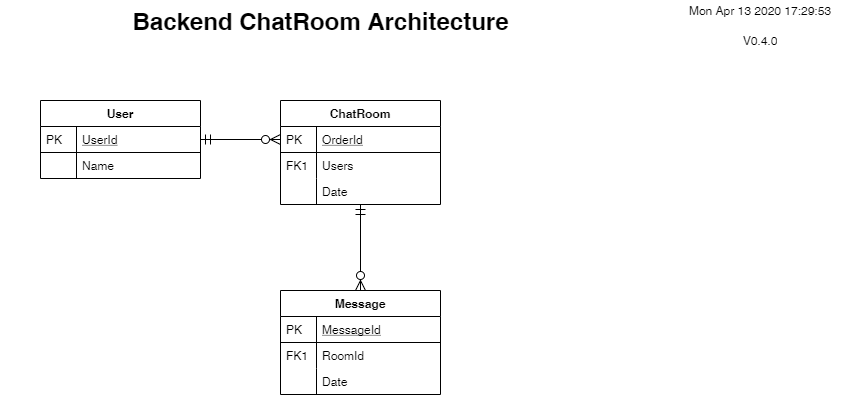
Earlier version of the draw.io export documentation/architecture/Telemed ChatRoom solution.png (TelemedDevGroup/TelemedProtoApp). Source tidied: cells renumbered, new cells last; positions are measured from the earlier drawing's top-left corner, leaving out a move shared by most shapes.
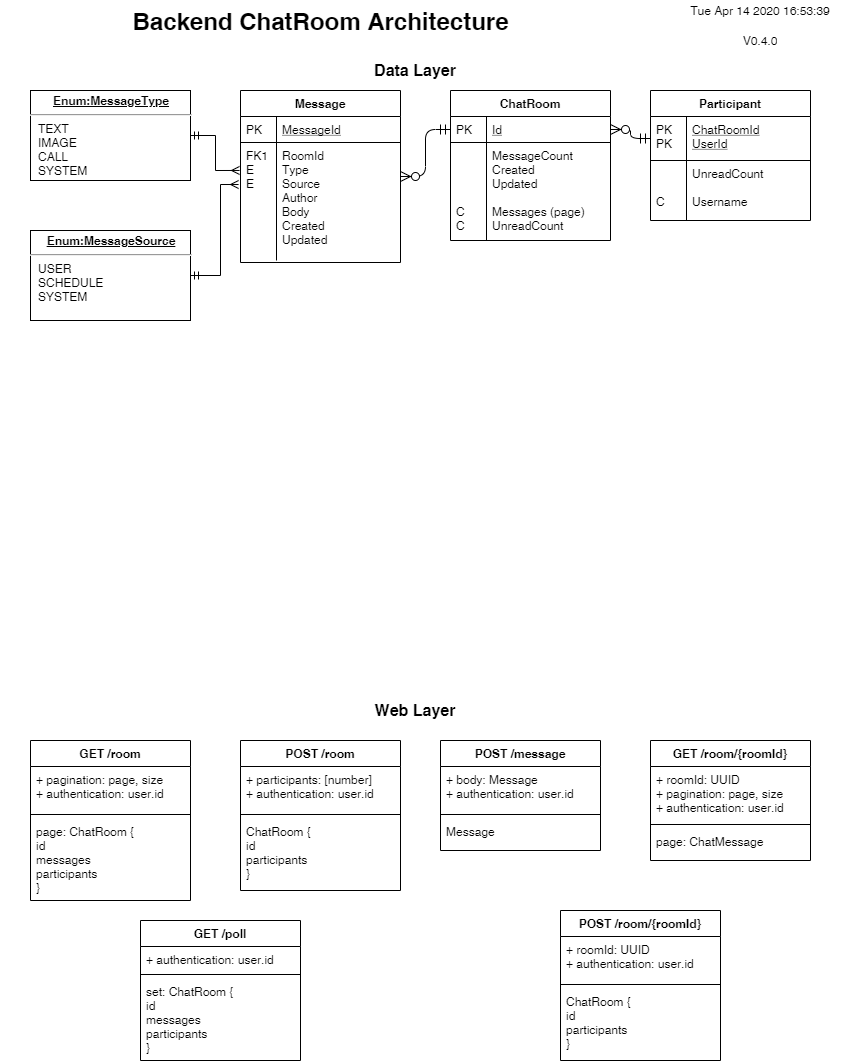
Above is the later version.

Diff of the diagram source:
```diff
@@ -2,81 +2,164 @@
   <root>
     <mxCell id="0" />
     <mxCell id="1" parent="0" />
+    <mxCell id="14" style="edgeStyle=orthogonalEdgeStyle;endArrow=ERzeroToMany;startArrow=ERmandOne;shadow=0;strokeWidth=1;endSize=8;startSize=8;" parent="1" edge="1" source="3" target="8">
+      <mxGeometry relative="1" as="geometry" />
+    </mxCell>
+    <mxCell id="22" style="edgeStyle=orthogonalEdgeStyle;endArrow=ERzeroToMany;startArrow=ERmandOne;shadow=0;strokeWidth=1;endSize=8;startSize=8;exitX=0;exitY=0.5;exitDx=0;exitDy=0;" parent="1" edge="1" source="8" target="15">
+      <mxGeometry relative="1" as="geometry" />
+    </mxCell>
+    <mxCell id="23" value="Backend ChatRoom Architecture" style="text;strokeColor=none;fillColor=none;html=1;fontSize=24;fontStyle=1;verticalAlign=middle;align=center;" parent="1" vertex="1">
+      <mxGeometry width="640" height="40" as="geometry" />
+    </mxCell>
+    <object id="24" label="%date{ddd mmm dd yyyy HH:MM:ss}%" placeholders="1">
+      <mxCell style="text;html=1;strokeColor=none;fillColor=none;align=center;verticalAlign=middle;whiteSpace=wrap;overflow=hidden;" parent="1" vertex="1">
+        <mxGeometry x="680" width="160" height="20" as="geometry" />
+      </mxCell>
+    </object>
+    <object id="25" label="V0.4.0" name="Variable" placeholders="1">
+      <mxCell style="text;html=1;strokeColor=none;fillColor=none;align=center;verticalAlign=middle;whiteSpace=wrap;overflow=hidden;" parent="1" vertex="1">
+        <mxGeometry x="720" y="30" width="80" height="20" as="geometry" />
+      </mxCell>
+    </object>
+    <mxCell id="26" value="&lt;p style=&quot;margin: 0px ; margin-top: 4px ; text-align: center ; text-decoration: underline&quot;&gt;&lt;b&gt;Enum:MessageType&lt;/b&gt;&lt;/p&gt;&lt;hr&gt;&lt;p style=&quot;margin: 0px ; margin-left: 8px&quot;&gt;TEXT&lt;br&gt;IMAGE&lt;br&gt;CALL&lt;br&gt;SYSTEM&lt;/p&gt;" style="verticalAlign=top;align=left;overflow=fill;fontSize=12;fontFamily=Helvetica;html=1;fillColor=none;" parent="1" vertex="1">
+      <mxGeometry x="30" y="90" width="160" height="90" as="geometry" />
+    </mxCell>
+    <mxCell id="27" value="&lt;p style=&quot;margin: 0px ; margin-top: 4px ; text-align: center ; text-decoration: underline&quot;&gt;&lt;b&gt;Enum:MessageSource&lt;/b&gt;&lt;/p&gt;&lt;hr&gt;&lt;p style=&quot;margin: 0px ; margin-left: 8px&quot;&gt;USER&lt;br&gt;SCHEDULE&lt;br&gt;SYSTEM&lt;/p&gt;" style="verticalAlign=top;align=left;overflow=fill;fontSize=12;fontFamily=Helvetica;html=1;fillColor=none;" parent="1" vertex="1">
+      <mxGeometry x="30" y="230" width="160" height="90" as="geometry" />
+    </mxCell>
+    <mxCell id="28" style="edgeStyle=orthogonalEdgeStyle;rounded=0;jettySize=auto;html=1;entryX=1;entryY=0.5;entryDx=0;entryDy=0;endArrow=ERmandOne;endFill=0;exitX=-0.006;exitY=0.237;exitDx=0;exitDy=0;exitPerimeter=0;startArrow=ERmany;startFill=0;" parent="1" edge="1" source="18" target="26">
+      <mxGeometry relative="1" as="geometry" />
+    </mxCell>
+    <mxCell id="29" style="edgeStyle=orthogonalEdgeStyle;rounded=0;jettySize=auto;html=1;exitX=-0.012;exitY=0.356;exitDx=0;exitDy=0;entryX=1;entryY=0.5;entryDx=0;entryDy=0;startArrow=ERmany;startFill=0;endArrow=ERmandOne;endFill=0;exitPerimeter=0;" parent="1" edge="1" source="18" target="27">
+      <mxGeometry relative="1" as="geometry">
+        <Array as="points">
+          <mxPoint x="220" y="184" />
+          <mxPoint x="220" y="275" />
+        </Array>
+      </mxGeometry>
+    </mxCell>
+    <mxCell id="30" value="&lt;b&gt;&lt;font style=&quot;font-size: 16px&quot;&gt;Data Layer&lt;/font&gt;&lt;/b&gt;" style="text;html=1;strokeColor=none;fillColor=none;align=center;verticalAlign=middle;whiteSpace=wrap;rounded=0;" parent="1" vertex="1">
+      <mxGeometry x="270" y="60" width="290" height="20" as="geometry" />
+    </mxCell>
-    <mxCell id="2" value="User" style="swimlane;fontStyle=1;horizontal=1;startSize=26;rounded=0;shadow=0;strokeWidth=1;" parent="1" vertex="1">
-      <mxGeometry x="40" y="100" width="160" height="78" as="geometry" />
+    <mxCell id="2" value="Participant" style="swimlane;fontStyle=1;horizontal=1;startSize=26;rounded=0;shadow=0;strokeWidth=1;" parent="1" vertex="1">
+      <mxGeometry x="650" y="90" width="160" height="130" as="geometry" />
     </mxCell>
-    <mxCell id="3" value="UserId" style="shape=partialRectangle;top=0;left=0;right=0;bottom=1;align=left;verticalAlign=top;fillColor=none;spacingLeft=40;spacingRight=4;overflow=hidden;points=[[0,0.5],[1,0.5]];portConstraint=eastwest;rounded=0;shadow=0;strokeWidth=1;fontStyle=4;" parent="2" vertex="1">
-      <mxGeometry y="26" width="160" height="26" as="geometry" />
+    <mxCell id="3" value="ChatRoomId&#10;UserId" style="shape=partialRectangle;top=0;left=0;right=0;bottom=1;align=left;verticalAlign=top;fillColor=none;spacingLeft=40;spacingRight=4;overflow=hidden;points=[[0,0.5],[1,0.5]];portConstraint=eastwest;rounded=0;shadow=0;strokeWidth=1;fontStyle=4;" parent="2" vertex="1">
+      <mxGeometry y="26" width="160" height="44" as="geometry" />
     </mxCell>
-    <mxCell id="4" value="PK" style="shape=partialRectangle;top=0;left=0;bottom=0;fillColor=none;align=left;verticalAlign=top;spacingLeft=4;spacingRight=4;overflow=hidden;" parent="3" vertex="1">
-      <mxGeometry width="36" height="26" as="geometry" />
+    <mxCell id="4" value="PK&#10;PK" style="shape=partialRectangle;top=0;left=0;bottom=0;fillColor=none;align=left;verticalAlign=top;spacingLeft=4;spacingRight=4;overflow=hidden;" parent="3" vertex="1">
+      <mxGeometry width="36" height="44" as="geometry" />
     </mxCell>
-    <mxCell id="5" value="Name" style="shape=partialRectangle;top=0;left=0;right=0;bottom=0;align=left;verticalAlign=top;fillColor=none;spacingLeft=40;spacingRight=4;overflow=hidden;rounded=0;shadow=0;strokeWidth=1;" parent="2" vertex="1">
-      <mxGeometry y="52" width="160" height="26" as="geometry" />
+    <mxCell id="5" value="UnreadCount&#10;&#10;Username" style="shape=partialRectangle;top=0;left=0;right=0;bottom=0;align=left;verticalAlign=top;fillColor=none;spacingLeft=40;spacingRight=4;overflow=hidden;rounded=0;shadow=0;strokeWidth=1;" parent="2" vertex="1">
+      <mxGeometry y="70" width="160" height="60" as="geometry" />
     </mxCell>
-    <mxCell id="6" style="shape=partialRectangle;top=0;left=0;bottom=0;fillColor=none;align=left;verticalAlign=top;spacingLeft=4;spacingRight=4;overflow=hidden;" parent="5" vertex="1">
-      <mxGeometry width="36" height="26" as="geometry" />
+    <mxCell id="6" value="&#10;&#10;C" style="shape=partialRectangle;top=0;left=0;bottom=0;fillColor=none;align=left;verticalAlign=top;spacingLeft=4;spacingRight=4;overflow=hidden;" parent="5" vertex="1">
+      <mxGeometry width="36" height="60" as="geometry" />
     </mxCell>
+    <mxCell id="15" value="Message" style="swimlane;fontStyle=1;horizontal=1;startSize=26;rounded=0;shadow=0;strokeWidth=1;" parent="1" vertex="1">
+      <mxGeometry x="240" y="90" width="160" height="172" as="geometry" />
+    </mxCell>
+    <mxCell id="16" value="MessageId" style="shape=partialRectangle;top=0;left=0;right=0;bottom=1;align=left;verticalAlign=top;fillColor=none;spacingLeft=40;spacingRight=4;overflow=hidden;rounded=0;shadow=0;strokeWidth=1;fontStyle=4;" parent="15" vertex="1">
+      <mxGeometry y="26" width="160" height="26" as="geometry" />
+    </mxCell>
+    <mxCell id="17" value="PK" style="shape=partialRectangle;top=0;left=0;bottom=0;fillColor=none;align=left;verticalAlign=top;spacingLeft=4;spacingRight=4;overflow=hidden;" parent="16" vertex="1">
+      <mxGeometry width="36" height="26" as="geometry" />
+    </mxCell>
+    <mxCell id="18" value="RoomId&#10;Type&#10;Source&#10;Author&#10;Body&#10;Created&#10;Updated" style="shape=partialRectangle;top=0;left=0;right=0;bottom=0;align=left;verticalAlign=top;fillColor=none;spacingLeft=40;spacingRight=4;overflow=hidden;points=[[0,0.5],[1,0.5]];portConstraint=eastwest;rounded=0;shadow=0;strokeWidth=1;" parent="15" vertex="1">
+      <mxGeometry y="52" width="160" height="118" as="geometry" />
+    </mxCell>
+    <mxCell id="19" value="FK1&#10;E&#10;E&#10;&#10;&#10;" style="shape=partialRectangle;top=0;left=0;bottom=0;fillColor=none;align=left;verticalAlign=top;spacingLeft=4;spacingRight=4;overflow=hidden;" parent="18" vertex="1">
+      <mxGeometry width="36" height="118" as="geometry" />
+    </mxCell>
     <mxCell id="7" value="ChatRoom" style="swimlane;fontStyle=1;horizontal=1;startSize=26;rounded=0;shadow=0;strokeWidth=1;" parent="1" vertex="1">
-      <mxGeometry x="280" y="100" width="160" height="104" as="geometry" />
+      <mxGeometry x="450" y="90" width="160" height="150" as="geometry" />
     </mxCell>
-    <mxCell id="8" value="OrderId" style="shape=partialRectangle;top=0;left=0;right=0;bottom=1;align=left;verticalAlign=top;fillColor=none;spacingLeft=40;spacingRight=4;overflow=hidden;points=[[0,0.5],[1,0.5]];portConstraint=eastwest;rounded=0;shadow=0;strokeWidth=1;fontStyle=4;" parent="7" vertex="1">
+    <mxCell id="8" value="Id" style="shape=partialRectangle;top=0;left=0;right=0;bottom=1;align=left;verticalAlign=top;fillColor=none;spacingLeft=40;spacingRight=4;overflow=hidden;points=[[0,0.5],[1,0.5]];portConstraint=eastwest;rounded=0;shadow=0;strokeWidth=1;fontStyle=4;" parent="7" vertex="1">
       <mxGeometry y="26" width="160" height="26" as="geometry" />
     </mxCell>
     <mxCell id="9" value="PK" style="shape=partialRectangle;top=0;left=0;bottom=0;fillColor=none;align=left;verticalAlign=top;spacingLeft=4;spacingRight=4;overflow=hidden;" parent="8" vertex="1">
       <mxGeometry width="36" height="26" as="geometry" />
     </mxCell>
-    <mxCell id="10" value="Users" style="shape=partialRectangle;top=0;left=0;right=0;bottom=0;align=left;verticalAlign=top;fillColor=none;spacingLeft=40;spacingRight=4;overflow=hidden;rounded=0;shadow=0;strokeWidth=1;" parent="7" vertex="1">
-      <mxGeometry y="52" width="160" height="26" as="geometry" />
+    <mxCell id="10" value="MessageCount&#10;Created&#10;Updated&#10;&#10;Messages (page)&#10;UnreadCount" style="shape=partialRectangle;top=0;left=0;right=0;bottom=0;align=left;verticalAlign=top;fillColor=none;spacingLeft=40;spacingRight=4;overflow=hidden;rounded=0;shadow=0;strokeWidth=1;" parent="7" vertex="1">
+      <mxGeometry y="52" width="160" height="98" as="geometry" />
     </mxCell>
-    <mxCell id="11" value="FK1" style="shape=partialRectangle;top=0;left=0;bottom=0;fillColor=none;align=left;verticalAlign=top;spacingLeft=4;spacingRight=4;overflow=hidden;" parent="10" vertex="1">
-      <mxGeometry width="36" height="26" as="geometry" />
+    <mxCell id="11" value="&#10;&#10;&#10;&#10;C&#10;C" style="shape=partialRectangle;top=0;left=0;bottom=0;fillColor=none;align=left;verticalAlign=top;spacingLeft=4;spacingRight=4;overflow=hidden;" parent="10" vertex="1">
+      <mxGeometry width="36" height="98" as="geometry" />
     </mxCell>
-    <mxCell id="12" value="Date" style="shape=partialRectangle;top=0;left=0;right=0;bottom=0;align=left;verticalAlign=top;fillColor=none;spacingLeft=40;spacingRight=4;overflow=hidden;rounded=0;shadow=0;strokeWidth=1;" parent="7" vertex="1">
-      <mxGeometry y="78" width="160" height="26" as="geometry" />
-    </mxCell>
-    <mxCell id="13" style="shape=partialRectangle;top=0;left=0;bottom=0;fillColor=none;align=left;verticalAlign=top;spacingLeft=4;spacingRight=4;overflow=hidden;" parent="12" vertex="1">
-      <mxGeometry width="36" height="26" as="geometry" />
-    </mxCell>
-    <mxCell id="14" style="edgeStyle=orthogonalEdgeStyle;endArrow=ERzeroToMany;startArrow=ERmandOne;shadow=0;strokeWidth=1;endSize=8;startSize=8;" parent="1" edge="1" source="3" target="8">
-      <mxGeometry relative="1" as="geometry" />
-    </mxCell>
-    <mxCell id="15" value="Message" style="swimlane;fontStyle=1;horizontal=1;startSize=26;rounded=0;shadow=0;strokeWidth=1;" parent="1" vertex="1">
-      <mxGeometry x="280" y="290" width="160" height="104" as="geometry" />
-    </mxCell>
-    <mxCell id="16" value="MessageId" style="shape=partialRectangle;top=0;left=0;right=0;bottom=1;align=left;verticalAlign=top;fillColor=none;spacingLeft=40;spacingRight=4;overflow=hidden;rounded=0;shadow=0;strokeWidth=1;fontStyle=4;" parent="15" vertex="1">
-      <mxGeometry y="26" width="160" height="26" as="geometry" />
-    </mxCell>
-    <mxCell id="17" value="PK" style="shape=partialRectangle;top=0;left=0;bottom=0;fillColor=none;align=left;verticalAlign=top;spacingLeft=4;spacingRight=4;overflow=hidden;" parent="16" vertex="1">
-      <mxGeometry width="36" height="26" as="geometry" />
-    </mxCell>
-    <mxCell id="18" value="RoomId" style="shape=partialRectangle;top=0;left=0;right=0;bottom=0;align=left;verticalAlign=top;fillColor=none;spacingLeft=40;spacingRight=4;overflow=hidden;points=[[0,0.5],[1,0.5]];portConstraint=eastwest;rounded=0;shadow=0;strokeWidth=1;" parent="15" vertex="1">
-      <mxGeometry y="52" width="160" height="26" as="geometry" />
-    </mxCell>
-    <mxCell id="19" value="FK1" style="shape=partialRectangle;top=0;left=0;bottom=0;fillColor=none;align=left;verticalAlign=top;spacingLeft=4;spacingRight=4;overflow=hidden;" parent="18" vertex="1">
-      <mxGeometry width="36" height="26" as="geometry" />
-    </mxCell>
-    <mxCell id="20" value="Date" style="shape=partialRectangle;top=0;left=0;right=0;bottom=0;align=left;verticalAlign=top;fillColor=none;spacingLeft=40;spacingRight=4;overflow=hidden;rounded=0;shadow=0;strokeWidth=1;" parent="15" vertex="1">
-      <mxGeometry y="78" width="160" height="26" as="geometry" />
-    </mxCell>
-    <mxCell id="21" style="shape=partialRectangle;top=0;left=0;bottom=0;fillColor=none;align=left;verticalAlign=top;spacingLeft=4;spacingRight=4;overflow=hidden;" parent="20" vertex="1">
-      <mxGeometry width="36" height="26" as="geometry" />
-    </mxCell>
-    <mxCell id="22" style="edgeStyle=orthogonalEdgeStyle;endArrow=ERzeroToMany;startArrow=ERmandOne;shadow=0;strokeWidth=1;endSize=8;startSize=8;" parent="1" edge="1" source="7" target="15">
-      <mxGeometry relative="1" as="geometry" />
-    </mxCell>
-    <mxCell id="23" value="Backend ChatRoom Architecture" style="text;strokeColor=none;fillColor=none;html=1;fontSize=24;fontStyle=1;verticalAlign=middle;align=center;" parent="1" vertex="1">
-      <mxGeometry width="640" height="40" as="geometry" />
-    </mxCell>
-    <object id="24" label="%date{ddd mmm dd yyyy HH:MM:ss}%" placeholders="1">
-      <mxCell style="text;html=1;strokeColor=none;fillColor=none;align=center;verticalAlign=middle;whiteSpace=wrap;overflow=hidden;" parent="1" vertex="1">
-        <mxGeometry x="680" width="160" height="20" as="geometry" />
-      </mxCell>
-    </object>
-    <object id="25" label="V0.4.0" name="Variable" placeholders="1">
-      <mxCell style="text;html=1;strokeColor=none;fillColor=none;align=center;verticalAlign=middle;whiteSpace=wrap;overflow=hidden;" parent="1" vertex="1">
-        <mxGeometry x="720" y="30" width="80" height="20" as="geometry" />
-      </mxCell>
-    </object>
+    <mxCell id="31" value="&lt;b&gt;&lt;font style=&quot;font-size: 16px&quot;&gt;Web Layer&lt;/font&gt;&lt;/b&gt;" style="text;html=1;strokeColor=none;fillColor=none;align=center;verticalAlign=middle;whiteSpace=wrap;rounded=0;" parent="1" vertex="1">
+      <mxGeometry x="270" y="700" width="290" height="20" as="geometry" />
+    </mxCell>
+    <mxCell id="32" value="GET /room" style="swimlane;fontStyle=1;align=center;verticalAlign=top;horizontal=1;startSize=26;fillColor=none;" parent="1" vertex="1">
+      <mxGeometry x="30" y="740" width="160" height="160" as="geometry" />
+    </mxCell>
+    <mxCell id="33" value="+ pagination: page, size&#10;+ authentication: user.id" style="text;strokeColor=none;fillColor=none;align=left;verticalAlign=top;spacingLeft=4;spacingRight=4;overflow=hidden;" parent="32" vertex="1">
+      <mxGeometry y="26" width="160" height="44" as="geometry" />
+    </mxCell>
+    <mxCell id="34" style="line;strokeWidth=1;fillColor=none;align=left;verticalAlign=middle;spacingTop=-1;spacingLeft=3;spacingRight=3;labelPosition=right;" parent="32" vertex="1">
+      <mxGeometry y="70" width="160" height="8" as="geometry" />
+    </mxCell>
+    <mxCell id="35" value="page: ChatRoom {&#10;id&#10;messages&#10;participants&#10;}" style="text;strokeColor=none;fillColor=none;align=left;verticalAlign=top;spacingLeft=4;spacingRight=4;overflow=hidden;" parent="32" vertex="1">
+      <mxGeometry y="78" width="160" height="82" as="geometry" />
+    </mxCell>
+    <mxCell id="36" value="GET /room/{roomId}" style="swimlane;fontStyle=1;align=center;verticalAlign=top;horizontal=1;startSize=26;fillColor=none;" parent="1" vertex="1">
+      <mxGeometry x="650" y="740" width="160" height="120" as="geometry" />
+    </mxCell>
+    <mxCell id="37" value="+ roomId: UUID&#10;+ pagination: page, size&#10;+ authentication: user.id" style="text;strokeColor=none;fillColor=none;align=left;verticalAlign=top;spacingLeft=4;spacingRight=4;overflow=hidden;" parent="36" vertex="1">
+      <mxGeometry y="26" width="160" height="54" as="geometry" />
+    </mxCell>
+    <mxCell id="38" style="line;strokeWidth=1;fillColor=none;align=left;verticalAlign=middle;spacingTop=-1;spacingLeft=3;spacingRight=3;labelPosition=right;" parent="36" vertex="1">
+      <mxGeometry y="80" width="160" height="8" as="geometry" />
+    </mxCell>
+    <mxCell id="39" value="page: ChatMessage" style="text;strokeColor=none;fillColor=none;align=left;verticalAlign=top;spacingLeft=4;spacingRight=4;overflow=hidden;" parent="36" vertex="1">
+      <mxGeometry y="88" width="160" height="32" as="geometry" />
+    </mxCell>
+    <mxCell id="40" value="POST /message" style="swimlane;fontStyle=1;align=center;verticalAlign=top;horizontal=1;startSize=26;fillColor=none;" parent="1" vertex="1">
+      <mxGeometry x="440" y="740" width="160" height="110" as="geometry" />
+    </mxCell>
+    <mxCell id="41" value="+ body: Message&#10;+ authentication: user.id" style="text;strokeColor=none;fillColor=none;align=left;verticalAlign=top;spacingLeft=4;spacingRight=4;overflow=hidden;" parent="40" vertex="1">
+      <mxGeometry y="26" width="160" height="44" as="geometry" />
+    </mxCell>
+    <mxCell id="42" style="line;strokeWidth=1;fillColor=none;align=left;verticalAlign=middle;spacingTop=-1;spacingLeft=3;spacingRight=3;labelPosition=right;" parent="40" vertex="1">
+      <mxGeometry y="70" width="160" height="8" as="geometry" />
+    </mxCell>
+    <mxCell id="43" value="Message" style="text;strokeColor=none;fillColor=none;align=left;verticalAlign=top;spacingLeft=4;spacingRight=4;overflow=hidden;" parent="40" vertex="1">
+      <mxGeometry y="78" width="160" height="32" as="geometry" />
+    </mxCell>
+    <mxCell id="44" value="POST /room" style="swimlane;fontStyle=1;align=center;verticalAlign=top;horizontal=1;startSize=26;fillColor=none;" parent="1" vertex="1">
+      <mxGeometry x="240" y="740" width="160" height="150" as="geometry" />
+    </mxCell>
+    <mxCell id="45" value="+ participants: [number]&#10;+ authentication: user.id" style="text;strokeColor=none;fillColor=none;align=left;verticalAlign=top;spacingLeft=4;spacingRight=4;overflow=hidden;" parent="44" vertex="1">
+      <mxGeometry y="26" width="160" height="44" as="geometry" />
+    </mxCell>
+    <mxCell id="46" style="line;strokeWidth=1;fillColor=none;align=left;verticalAlign=middle;spacingTop=-1;spacingLeft=3;spacingRight=3;labelPosition=right;" parent="44" vertex="1">
+      <mxGeometry y="70" width="160" height="8" as="geometry" />
+    </mxCell>
+    <mxCell id="47" value="ChatRoom {&#10;id&#10;participants&#10;}" style="text;strokeColor=none;fillColor=none;align=left;verticalAlign=top;spacingLeft=4;spacingRight=4;overflow=hidden;" parent="44" vertex="1">
+      <mxGeometry y="78" width="160" height="72" as="geometry" />
+    </mxCell>
+    <mxCell id="48" value="GET /poll" style="swimlane;fontStyle=1;align=center;verticalAlign=top;horizontal=1;startSize=26;fillColor=none;" parent="1" vertex="1">
+      <mxGeometry x="140" y="920" width="160" height="140" as="geometry" />
+    </mxCell>
+    <mxCell id="49" value="+ authentication: user.id" style="text;strokeColor=none;fillColor=none;align=left;verticalAlign=top;spacingLeft=4;spacingRight=4;overflow=hidden;" parent="48" vertex="1">
+      <mxGeometry y="26" width="160" height="24" as="geometry" />
+    </mxCell>
+    <mxCell id="50" style="line;strokeWidth=1;fillColor=none;align=left;verticalAlign=middle;spacingTop=-1;spacingLeft=3;spacingRight=3;labelPosition=right;" parent="48" vertex="1">
+      <mxGeometry y="50" width="160" height="8" as="geometry" />
+    </mxCell>
+    <mxCell id="51" value="set: ChatRoom {&#10;id&#10;messages&#10;participants&#10;}" style="text;strokeColor=none;fillColor=none;align=left;verticalAlign=top;spacingLeft=4;spacingRight=4;overflow=hidden;" parent="48" vertex="1">
+      <mxGeometry y="58" width="160" height="82" as="geometry" />
+    </mxCell>
+    <mxCell id="52" value="POST /room/{roomId}" style="swimlane;fontStyle=1;align=center;verticalAlign=top;horizontal=1;startSize=26;fillColor=none;" parent="1" vertex="1">
+      <mxGeometry x="560" y="910" width="160" height="150" as="geometry" />
+    </mxCell>
+    <mxCell id="53" value="+ roomId: UUID&#10;+ authentication: user.id" style="text;strokeColor=none;fillColor=none;align=left;verticalAlign=top;spacingLeft=4;spacingRight=4;overflow=hidden;" parent="52" vertex="1">
+      <mxGeometry y="26" width="160" height="44" as="geometry" />
+    </mxCell>
+    <mxCell id="54" style="line;strokeWidth=1;fillColor=none;align=left;verticalAlign=middle;spacingTop=-1;spacingLeft=3;spacingRight=3;labelPosition=right;" parent="52" vertex="1">
+      <mxGeometry y="70" width="160" height="8" as="geometry" />
+    </mxCell>
+    <mxCell id="55" value="ChatRoom {&#10;id&#10;participants&#10;}" style="text;strokeColor=none;fillColor=none;align=left;verticalAlign=top;spacingLeft=4;spacingRight=4;overflow=hidden;" parent="52" vertex="1">
+      <mxGeometry y="78" width="160" height="72" as="geometry" />
+    </mxCell>
   </root>
 </mxGraphModel>
```
